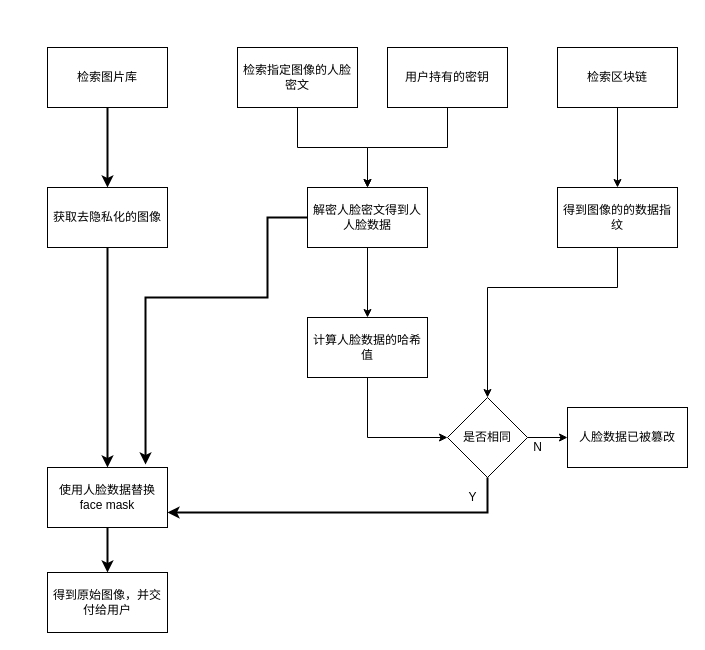
The draw.io diagram page "反向过程" (2 of 2) of imgs/正向过程.drawio in FadingLight9291117/draw.io, before the edit. Source tidied: cells renumbered, new cells numbered last; positions are measured from the earlier drawing's top-left corner, leaving out a move shared by most shapes. Both pictures are drawn from the tidied source at 100%, with x=0, y=0 at pixel (47, 47).
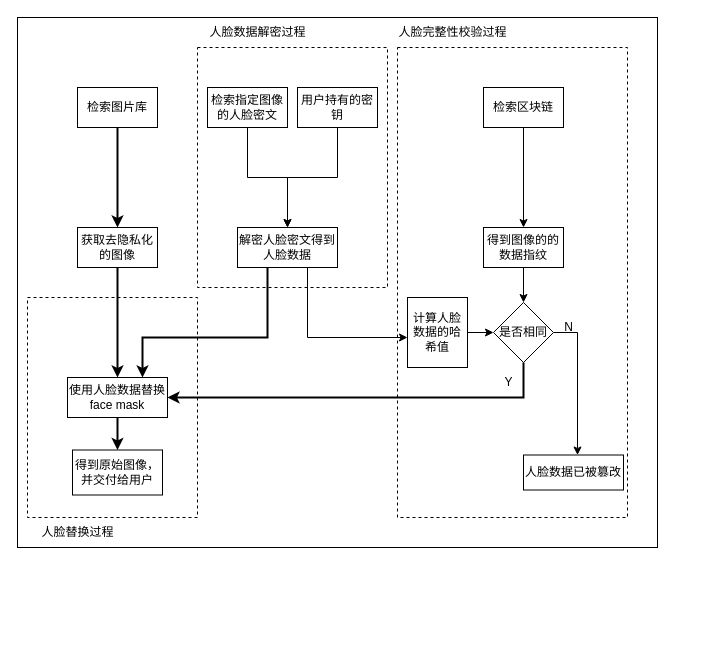
The same diagram, later.

Commit message:
更新正向过程.drawio

What changed in the source:
```diff
@@
+    <mxCell id="28" style="rounded=0;whiteSpace=wrap;html=1;fillColor=none;" parent="1" vertex="1">
+      <mxGeometry x="-30" y="-30" width="640" height="530" as="geometry" />
+    </mxCell>
+    <mxCell id="29" style="rounded=0;whiteSpace=wrap;html=1;dashed=1;fillColor=none;" parent="1" vertex="1">
+      <mxGeometry x="350" width="230" height="470" as="geometry" />
+    </mxCell>
+    <mxCell id="30" style="rounded=0;whiteSpace=wrap;html=1;dashed=1;fillColor=none;" parent="1" vertex="1">
+      <mxGeometry x="150" width="190" height="240" as="geometry" />
+    </mxCell>
+    <mxCell id="31" style="rounded=0;whiteSpace=wrap;html=1;fillColor=none;dashed=1;" parent="1" vertex="1">
+      <mxGeometry x="-20" y="250" width="170" height="220" as="geometry" />
+    </mxCell>
@@
     <mxCell id="3" value="检索图片库" style="rounded=0;whiteSpace=wrap;html=1;fillColor=default;" parent="1" vertex="1">
-      <mxGeometry width="120" height="60" as="geometry" />
+      <mxGeometry x="30" y="40" width="80" height="40" as="geometry" />
     </mxCell>
@@
     <mxCell id="5" value="获取去隐私化的图像" style="rounded=0;whiteSpace=wrap;html=1;fillColor=default;" parent="1" vertex="1">
-      <mxGeometry y="140" width="120" height="60" as="geometry" />
+      <mxGeometry x="30" y="180" width="80" height="40" as="geometry" />
     </mxCell>
@@
     <mxCell id="7" value="检索指定图像的人脸密文" style="rounded=0;whiteSpace=wrap;html=1;fillColor=default;" parent="1" vertex="1">
-      <mxGeometry x="190" width="120" height="60" as="geometry" />
+      <mxGeometry x="160" y="40" width="80" height="40" as="geometry" />
     </mxCell>
@@
     <mxCell id="9" value="用户持有的密钥" style="whiteSpace=wrap;html=1;rounded=0;fillColor=default;" parent="1" vertex="1">
-      <mxGeometry x="340" width="120" height="60" as="geometry" />
+      <mxGeometry x="250" y="40" width="80" height="40" as="geometry" />
     </mxCell>
+    <mxCell id="27" style="edgeStyle=orthogonalEdgeStyle;rounded=0;jettySize=auto;html=1;entryX=0.75;entryY=0;entryDx=0;entryDy=0;strokeWidth=2;" parent="1" edge="1" source="11" target="13">
+      <mxGeometry relative="1" as="geometry">
+        <Array as="points">
+          <mxPoint x="220" y="290" />
+          <mxPoint x="95" y="290" />
+        </Array>
+      </mxGeometry>
+    </mxCell>
-    <mxCell id="10" style="edgeStyle=orthogonalEdgeStyle;rounded=0;jettySize=auto;html=1;entryX=0.5;entryY=0;entryDx=0;entryDy=0;" parent="1" edge="1" source="11" target="18">
-      <mxGeometry relative="1" as="geometry" />
+    <mxCell id="10" style="edgeStyle=orthogonalEdgeStyle;rounded=0;jettySize=auto;html=1;strokeWidth=1;" parent="1" edge="1" source="11" target="18">
+      <mxGeometry relative="1" as="geometry">
+        <Array as="points">
+          <mxPoint x="260" y="290" />
+        </Array>
+      </mxGeometry>
     </mxCell>
-    <mxCell id="11" value="解密人脸密文得到人人脸数据" style="whiteSpace=wrap;html=1;rounded=0;fillColor=default;" parent="1" vertex="1">
-      <mxGeometry x="260" y="140" width="120" height="60" as="geometry" />
+    <mxCell id="11" value="解密人脸密文得到人脸数据" style="whiteSpace=wrap;html=1;rounded=0;fillColor=default;" parent="1" vertex="1">
+      <mxGeometry x="190" y="180" width="100" height="40" as="geometry" />
     </mxCell>
@@
     <mxCell id="13" value="使用人脸数据替换face mask" style="rounded=0;whiteSpace=wrap;html=1;fillColor=default;" parent="1" vertex="1">
-      <mxGeometry y="420" width="120" height="60" as="geometry" />
+      <mxGeometry x="20" y="330" width="100" height="40" as="geometry" />
     </mxCell>
     <mxCell id="14" value="得到原始图像，并交付给用户" style="whiteSpace=wrap;html=1;rounded=0;fillColor=default;" parent="1" vertex="1">
-      <mxGeometry y="525" width="120" height="60" as="geometry" />
+      <mxGeometry x="25" y="402.5" width="90" height="45" as="geometry" />
     </mxCell>
@@
     <mxCell id="16" value="检索区块链" style="whiteSpace=wrap;html=1;rounded=0;fillColor=default;" parent="1" vertex="1">
-      <mxGeometry x="510" width="120" height="60" as="geometry" />
+      <mxGeometry x="436" y="40" width="80" height="40" as="geometry" />
     </mxCell>
-    <mxCell id="17" style="edgeStyle=orthogonalEdgeStyle;rounded=0;jettySize=auto;html=1;entryX=0;entryY=0.5;entryDx=0;entryDy=0;" parent="1" edge="1" source="18" target="23">
-      <mxGeometry relative="1" as="geometry">
-        <Array as="points">
-          <mxPoint x="320" y="390" />
-        </Array>
-      </mxGeometry>
+    <mxCell id="17" style="edgeStyle=orthogonalEdgeStyle;rounded=0;jettySize=auto;html=1;entryX=0;entryY=0.5;entryDx=0;entryDy=0;strokeWidth=1;" parent="1" edge="1" source="18" target="23">
+      <mxGeometry relative="1" as="geometry" />
     </mxCell>
     <mxCell id="18" value="计算人脸数据的哈希值" style="rounded=0;whiteSpace=wrap;html=1;fillColor=default;" parent="1" vertex="1">
-      <mxGeometry x="260" y="270" width="120" height="60" as="geometry" />
+      <mxGeometry x="360" y="250" width="60" height="70" as="geometry" />
     </mxCell>
-    <mxCell id="19" style="edgeStyle=orthogonalEdgeStyle;rounded=0;jettySize=auto;html=1;entryX=0.5;entryY=0;entryDx=0;entryDy=0;" parent="1" edge="1" source="20" target="23">
-      <mxGeometry relative="1" as="geometry">
-        <Array as="points">
-          <mxPoint x="570" y="240" />
-          <mxPoint x="440" y="240" />
-        </Array>
-      </mxGeometry>
+    <mxCell id="19" style="edgeStyle=orthogonalEdgeStyle;rounded=0;jettySize=auto;html=1;entryX=0.5;entryY=0;entryDx=0;entryDy=0;strokeWidth=1;" parent="1" edge="1" source="20" target="23">
+      <mxGeometry relative="1" as="geometry" />
     </mxCell>
     <mxCell id="20" value="得到图像的的数据指纹" style="rounded=0;whiteSpace=wrap;html=1;fillColor=default;" parent="1" vertex="1">
-      <mxGeometry x="510" y="140" width="120" height="60" as="geometry" />
+      <mxGeometry x="436" y="180" width="80" height="40" as="geometry" />
     </mxCell>
-    <mxCell id="21" style="edgeStyle=orthogonalEdgeStyle;rounded=0;jettySize=auto;html=1;entryX=1;entryY=0.75;entryDx=0;entryDy=0;strokeWidth=2;" parent="1" edge="1" source="23" target="13">
-      <mxGeometry relative="1" as="geometry">
-        <Array as="points">
-          <mxPoint x="440" y="425" />
-        </Array>
-      </mxGeometry>
-    </mxCell>
-    <mxCell id="22" style="edgeStyle=orthogonalEdgeStyle;rounded=0;jettySize=auto;html=1;" parent="1" edge="1" source="23" target="25">
-      <mxGeometry relative="1" as="geometry" />
+    <mxCell id="22" style="edgeStyle=orthogonalEdgeStyle;rounded=0;jettySize=auto;html=1;exitX=1;exitY=0.5;exitDx=0;exitDy=0;" parent="1" edge="1" source="23" target="25">
+      <mxGeometry relative="1" as="geometry">
+        <Array as="points">
+          <mxPoint x="530" y="285" />
+        </Array>
+      </mxGeometry>
     </mxCell>
+    <mxCell id="32" style="edgeStyle=orthogonalEdgeStyle;rounded=0;jettySize=auto;html=1;exitX=0.5;exitY=1;exitDx=0;exitDy=0;strokeWidth=2;" parent="1" edge="1" source="23">
+      <mxGeometry relative="1" as="geometry">
+        <mxPoint x="120" y="350" as="targetPoint" />
+        <Array as="points">
+          <mxPoint x="476" y="350" />
+          <mxPoint x="120" y="350" />
+        </Array>
+      </mxGeometry>
+    </mxCell>
     <mxCell id="23" value="是否相同" style="rhombus;whiteSpace=wrap;html=1;rounded=0;fillColor=default;" parent="1" vertex="1">
-      <mxGeometry x="400" y="350" width="80" height="80" as="geometry" />
+      <mxGeometry x="446" y="255" width="60" height="60" as="geometry" />
     </mxCell>
     <mxCell id="24" value="Y" style="text;html=1;align=center;verticalAlign=middle;strokeColor=none;fillColor=none;" parent="1" vertex="1">
-      <mxGeometry x="410" y="435" width="30" height="30" as="geometry" />
+      <mxGeometry x="446" y="320" width="30" height="30" as="geometry" />
     </mxCell>
     <mxCell id="25" value="人脸数据已被篡改" style="rounded=0;whiteSpace=wrap;html=1;fillColor=default;" parent="1" vertex="1">
-      <mxGeometry x="520" y="360" width="120" height="60" as="geometry" />
+      <mxGeometry x="476" y="407.5" width="100" height="35" as="geometry" />
     </mxCell>
     <mxCell id="26" value="N" style="text;html=1;align=center;verticalAlign=middle;strokeColor=none;fillColor=none;" parent="1" vertex="1">
-      <mxGeometry x="475" y="385" width="30" height="30" as="geometry" />
+      <mxGeometry x="506" y="265" width="30" height="30" as="geometry" />
     </mxCell>
-    <mxCell id="27" style="endArrow=classic;html=1;rounded=0;entryX=0.817;entryY=-0.05;entryDx=0;entryDy=0;entryPerimeter=0;exitX=0;exitY=0.5;exitDx=0;exitDy=0;strokeWidth=2;" parent="1" edge="1" source="11" target="13">
-      <mxGeometry relative="1" as="geometry">
-        <Array as="points">
-          <mxPoint x="220" y="170" />
-          <mxPoint x="220" y="250" />
-          <mxPoint x="98" y="250" />
-        </Array>
-      </mxGeometry>
-    </mxCell>
+    <mxCell id="33" value="人脸替换过程" style="text;html=1;align=center;verticalAlign=middle;strokeColor=none;fillColor=none;horizontal=1;" parent="1" vertex="1">
+      <mxGeometry x="-20" y="470" width="100" height="30" as="geometry" />
+    </mxCell>
+    <mxCell id="34" value="人脸数据解密过程" style="text;html=1;align=center;verticalAlign=middle;strokeColor=none;fillColor=none;" parent="1" vertex="1">
+      <mxGeometry x="150" y="-30" width="120" height="30" as="geometry" />
+    </mxCell>
+    <mxCell id="35" value="人脸完整性校验过程" style="text;html=1;align=center;verticalAlign=middle;strokeColor=none;fillColor=none;horizontal=1;" parent="1" vertex="1">
+      <mxGeometry x="340" y="-30" width="130" height="30" as="geometry" />
+    </mxCell>
```
